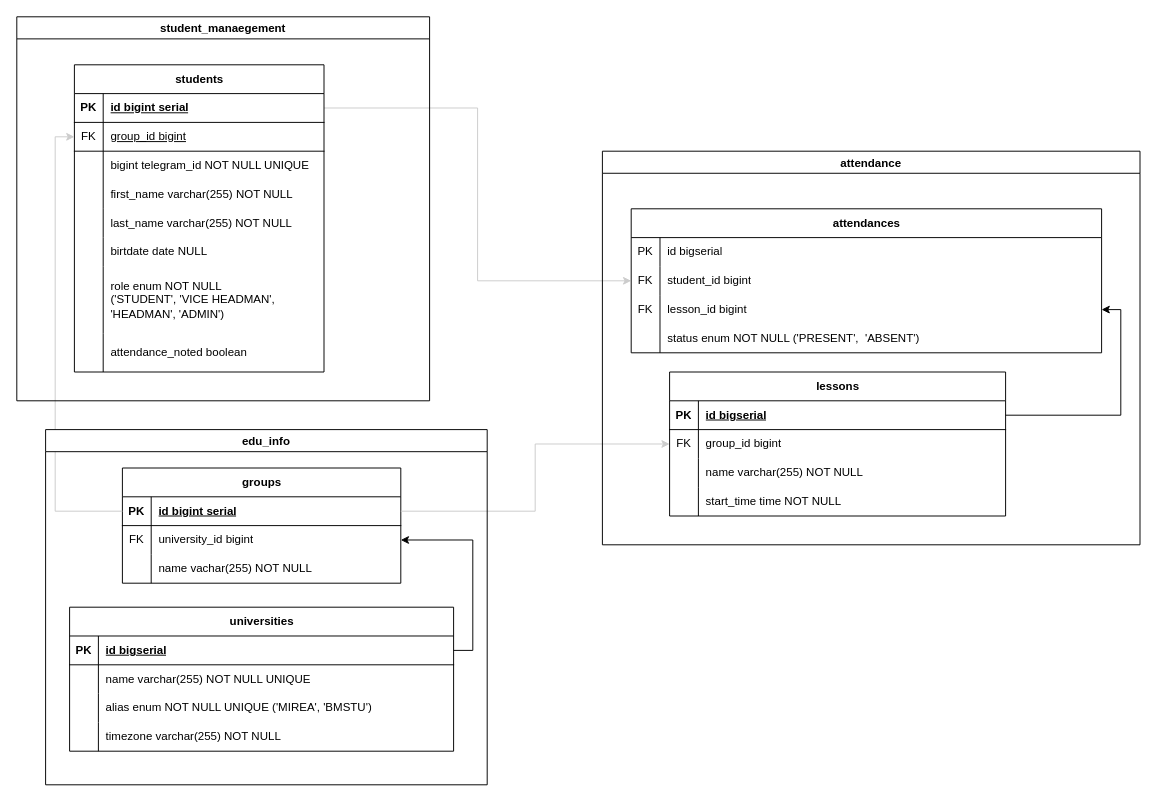
This is docs/schemas/postgres.drawio from qiisqwww/HeadmanBot, a draw.io file, before an edit. Source tidied: cells renumbered, new cells numbered last; positions are measured from the earlier drawing's top-left corner, leaving out a move shared by most shapes. Both pictures are drawn from the tidied source at 96%, with x=0, y=0 at pixel (-243, 16).
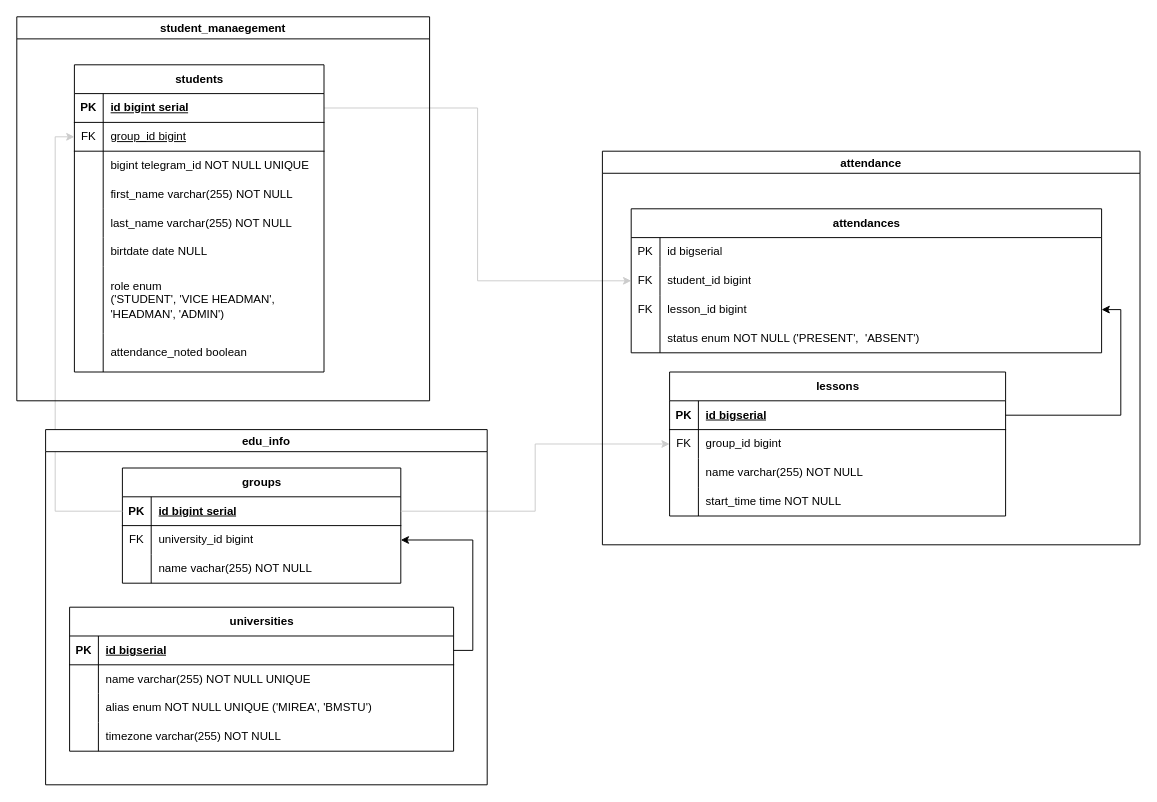
The same page after the edit.

The change refers to these unchanged cells:
```xml
<mxCell id="62" style="shape=tableRow;horizontal=0;startSize=0;swimlaneHead=0;swimlaneBody=0;fillColor=none;top=0;left=0;right=0;bottom=0;" parent="43" vertex="1">
  <mxGeometry y="210" width="260" height="70" as="geometry" />
</mxCell>
```

Diff of the diagram source:
```diff
@@
-    <mxCell id="64" value="role enum NOT NULL&lt;br&gt;('STUDENT', 'VICE HEADMAN', &lt;br&gt;'HEADMAN', 'ADMIN')" style="shape=partialRectangle;fillColor=none;top=0;left=0;bottom=0;right=0;align=left;spacingLeft=6;overflow=hidden;whiteSpace=wrap;html=1;" parent="62" vertex="1">
+    <mxCell id="64" value="role enum&lt;br&gt;('STUDENT', 'VICE HEADMAN', &lt;br&gt;'HEADMAN', 'ADMIN')" style="shape=partialRectangle;fillColor=none;top=0;left=0;bottom=0;right=0;align=left;spacingLeft=6;overflow=hidden;whiteSpace=wrap;html=1;" parent="62" vertex="1">
       <mxGeometry x="30" width="230" height="70" as="geometry" />
     </mxCell>
```
